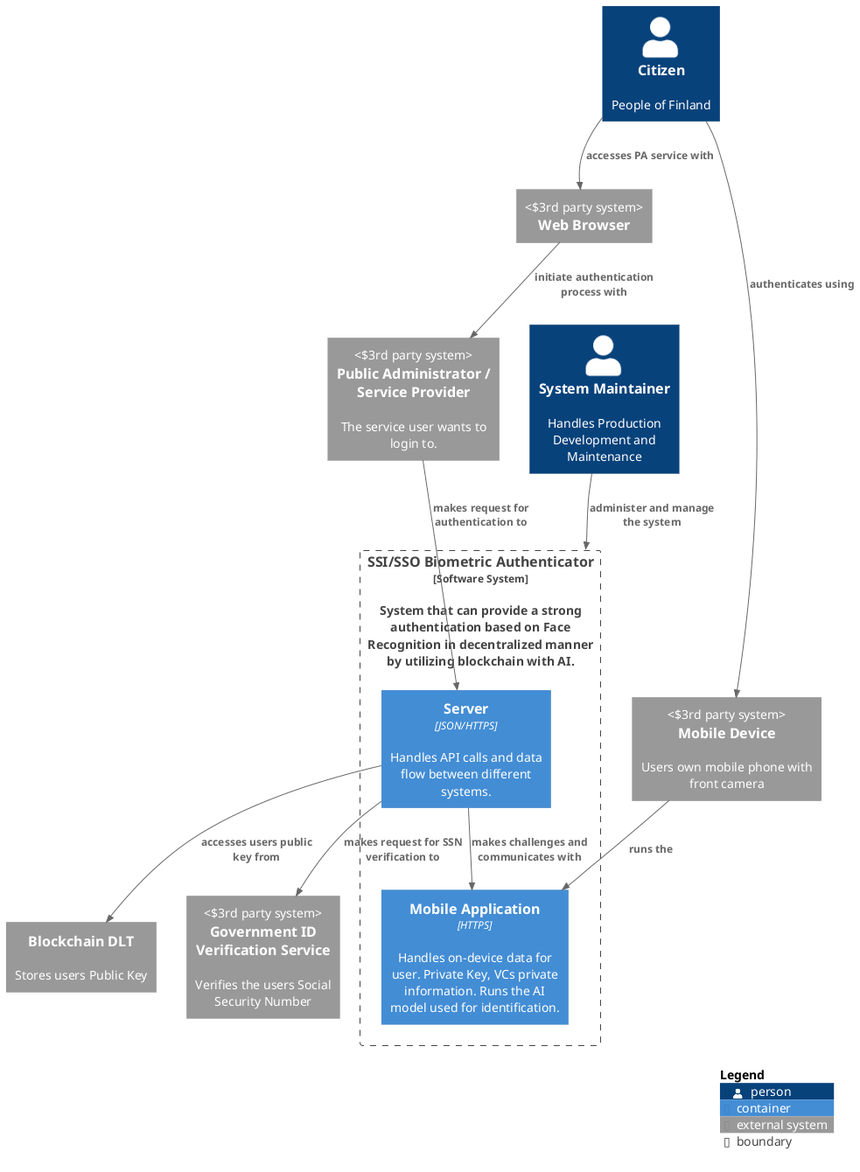
Dorfultariant/Architecture_Diagrams keeps this PlantUML diagram as images/Container.png. Above is the earlier version.
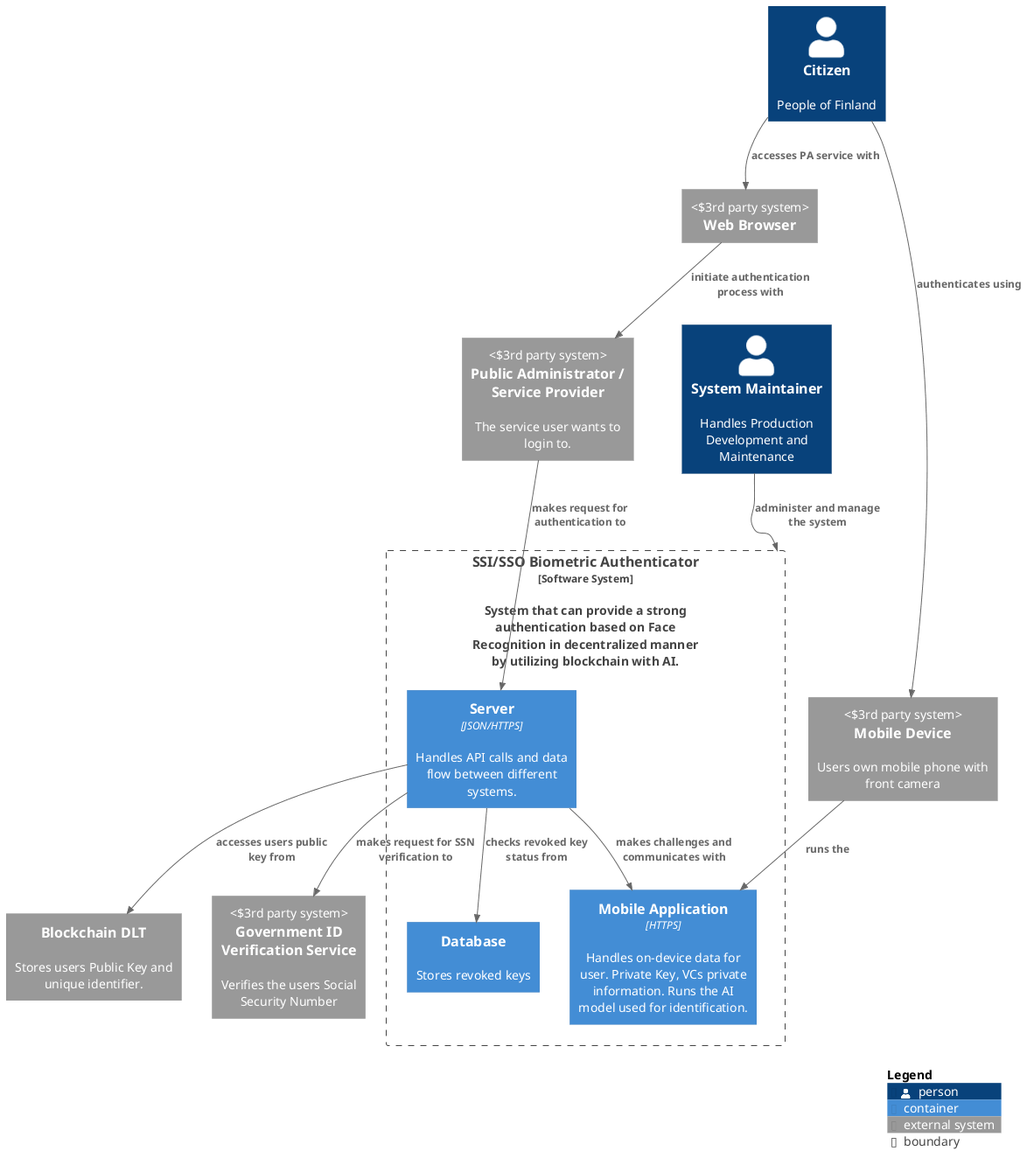
Later version of the same file.

Commit message:
DB for revoked keys

Change to the diagram source:
```diff
@@ -6,7 +6,7 @@
 Person(citizens, "Citizen", "People of Finland")
 Person(maintainer, "System Maintainer", "Handles Production Development and Maintenance")
 
-System_Ext(blockchain, "Blockchain DLT", "Stores users Public Key")
+System_Ext(blockchain, "Blockchain DLT", "Stores users Public Key and unique identifier.")
 System_Ext(web_browser, "Web Browser", "", "3rd party system")
 System_Ext(phone_dev, "Mobile Device", "Users own mobile phone with front camera", "3rd party system")
 System_Ext(ext_pa, "Public Administrator / Service Provider", "The service user wants to login to.", "3rd party system")
@@ -14,6 +14,7 @@
 
 Boundary(useless_auth, "SSI/SSO Biometric Authenticator", "Software System", "", "", "System that can provide a strong authentication based on Face Recognition in decentralized manner by utilizing blockchain with AI.") {
     Container(backend, "Server", "JSON/HTTPS", "Handles API calls and data flow between different systems.")
+    Container(db, "Database", "", "Stores revoked keys")
     Container(phoneapp, "Mobile Application", "HTTPS", "Handles on-device data for user. Private Key, VCs private information. Runs the AI model used for identification.")
 
     Rel(backend, phoneapp, "makes challenges and communicates with")
@@ -27,6 +28,7 @@
 Rel(phone_dev, phoneapp, "runs the", "")
 Rel(backend, govidservice, "makes request for SSN verification to")
 Rel(backend, blockchain, "accesses users public key from")
+Rel(backend, db, "checks revoked key status from")
 
 SHOW_LEGEND()
 
```
